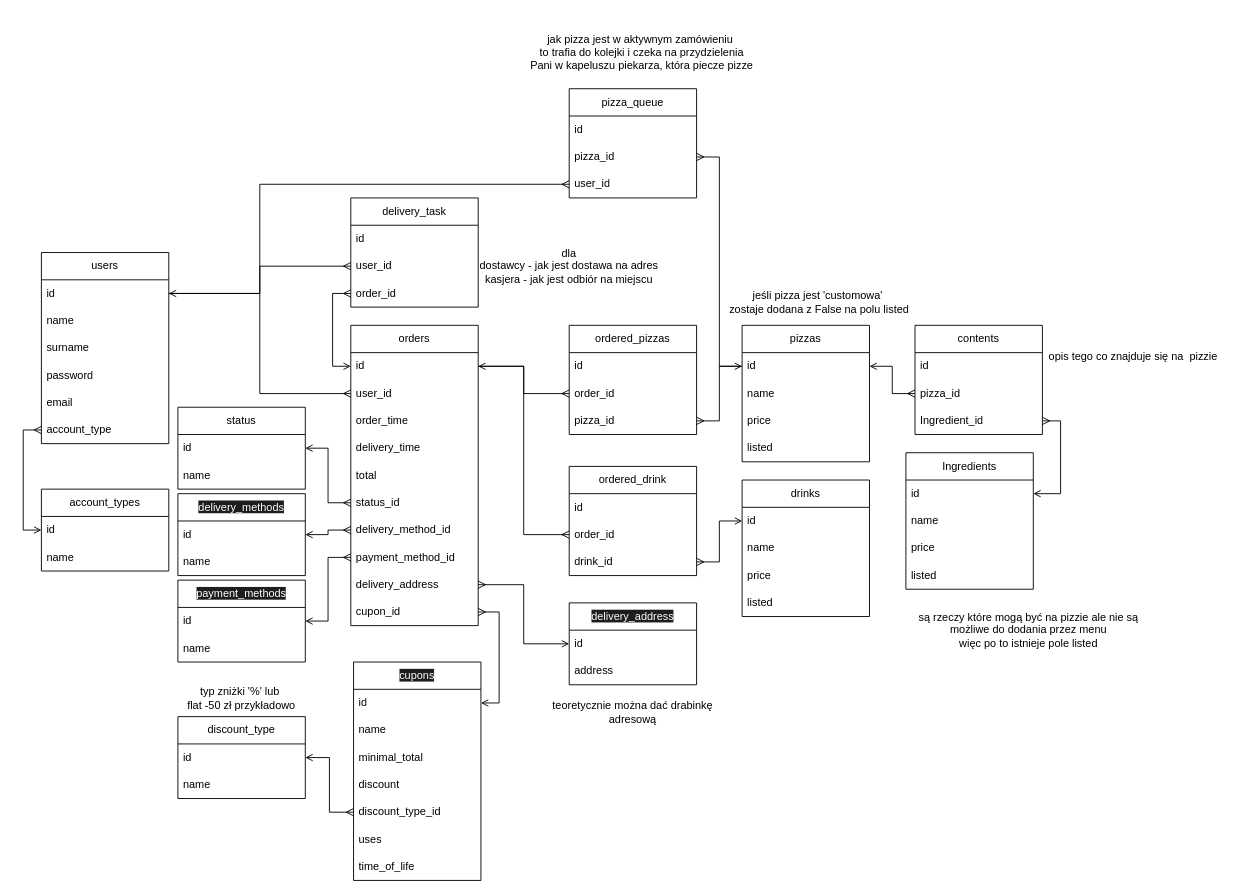
This is diagram_bazy.drawio from Barabol/IO2, a draw.io file, before an edit. Source tidied: cells renumbered, new cells numbered last; positions are measured from the earlier drawing's top-left corner, leaving out a move shared by most shapes. Both pictures are drawn from the tidied source at 91%, with x=0, y=0 at pixel (41, 15).
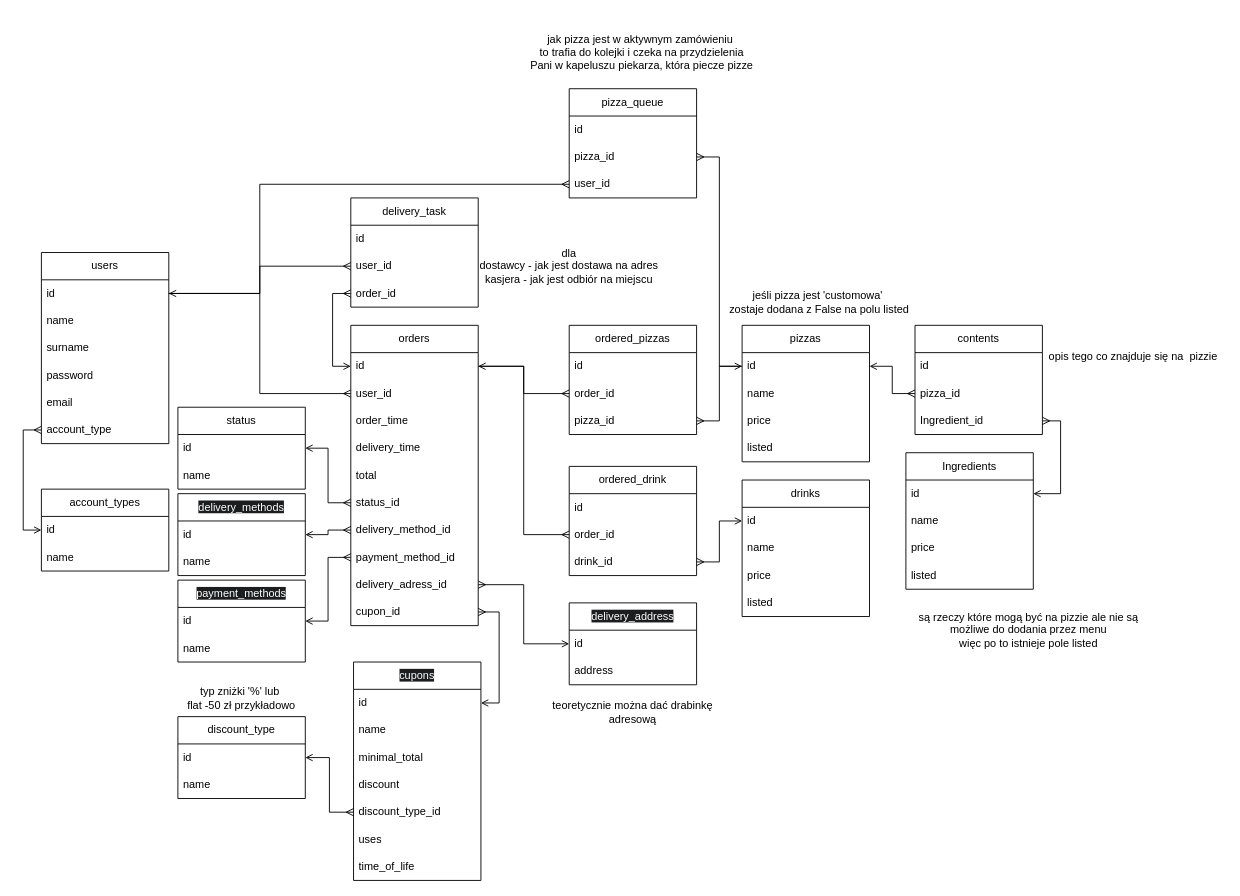
The same diagram, later.

Unchanged cells that the change refers to:
```xml
<mxCell id="34" value="orders" style="swimlane;fontStyle=0;horizontal=1;startSize=30;whiteSpace=wrap;html=1;" parent="1" vertex="1">
  <mxGeometry x="340" y="340" width="140" height="330" as="geometry" />
</mxCell>
```

Change to the diagram source:
```diff
@@
-    <mxCell id="43" value="delivery_address" style="text;strokeColor=none;fillColor=none;align=left;verticalAlign=middle;spacingLeft=4;spacingRight=4;overflow=hidden;points=[[0,0.5],[1,0.5]];portConstraint=eastwest;whiteSpace=wrap;html=1;" parent="34" vertex="1">
+    <mxCell id="43" value="delivery_a&lt;span style=&quot;background-color: transparent; color: light-dark(rgb(0, 0, 0), rgb(255, 255, 255));&quot;&gt;dress_id&lt;/span&gt;" style="text;strokeColor=none;fillColor=none;align=left;verticalAlign=middle;spacingLeft=4;spacingRight=4;overflow=hidden;points=[[0,0.5],[1,0.5]];portConstraint=eastwest;whiteSpace=wrap;html=1;" parent="34" vertex="1">
       <mxGeometry y="270" width="140" height="30" as="geometry" />
     </mxCell>
```
